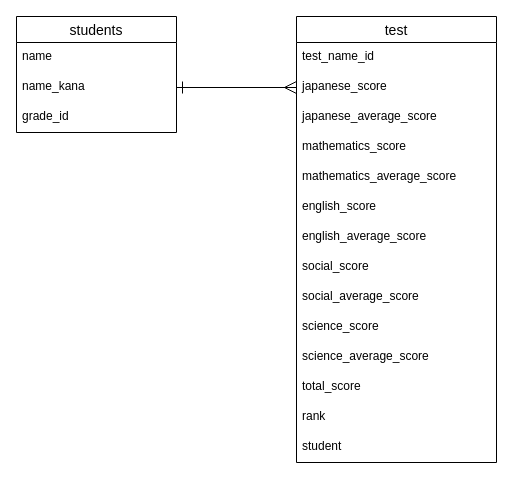
The draw.io diagram test.dio in Timsothy/regular-exam, before the edit. Source tidied: cells renumbered, new cells numbered last; positions are measured from the earlier drawing's top-left corner, leaving out a move shared by most shapes. Both pictures are drawn from the tidied source at 100%, with x=0, y=0 at pixel (16, 16).
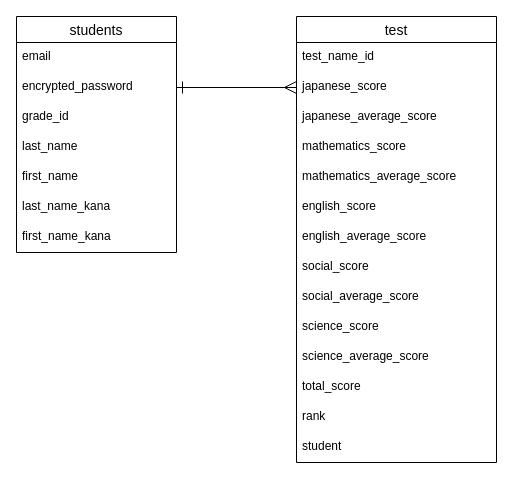
The same diagram, later.

The change refers to these unchanged cells:
```xml
<mxCell id="8" value="japanese_score" style="text;strokeColor=none;fillColor=none;spacingLeft=4;spacingRight=4;overflow=hidden;points=[[0,0.5],[1,0.5]];portConstraint=eastwest;fontSize=12;" parent="6" vertex="1">
  <mxGeometry y="56" width="200" height="30" as="geometry" />
</mxCell>
```

What changed in the source:
```diff
@@
     <mxCell id="2" value="students" style="swimlane;fontStyle=0;horizontal=1;startSize=26;align=center;fontSize=14;" parent="1" vertex="1">
-      <mxGeometry width="160" height="116" as="geometry" />
+      <mxGeometry width="160" height="236" as="geometry" />
     </mxCell>
+    <mxCell id="22" value="email" style="text;strokeColor=none;fillColor=none;spacingLeft=4;spacingRight=4;overflow=hidden;fontSize=12;" parent="2" vertex="1">
+      <mxGeometry y="26" width="160" height="30" as="geometry" />
+    </mxCell>
+    <mxCell id="23" value="encrypted_password" style="text;strokeColor=none;fillColor=none;spacingLeft=4;spacingRight=4;overflow=hidden;points=[[0,0.5],[1,0.5]];portConstraint=eastwest;fontSize=12;" parent="2" vertex="1">
+      <mxGeometry y="56" width="160" height="30" as="geometry" />
+    </mxCell>
+    <mxCell id="5" value="grade_id" style="text;strokeColor=none;fillColor=none;spacingLeft=4;spacingRight=4;overflow=hidden;fontSize=12;" parent="2" vertex="1">
+      <mxGeometry y="86" width="160" height="30" as="geometry" />
+    </mxCell>
+    <mxCell id="24" value="last_name" style="text;strokeColor=none;fillColor=none;spacingLeft=4;spacingRight=4;overflow=hidden;fontSize=12;" parent="2" vertex="1">
+      <mxGeometry y="116" width="160" height="30" as="geometry" />
+    </mxCell>
-    <mxCell id="3" value="name" style="text;strokeColor=none;fillColor=none;spacingLeft=4;spacingRight=4;overflow=hidden;fontSize=12;" parent="2" vertex="1">
-      <mxGeometry y="26" width="160" height="30" as="geometry" />
+    <mxCell id="3" value="first_name" style="text;strokeColor=none;fillColor=none;spacingLeft=4;spacingRight=4;overflow=hidden;fontSize=12;" parent="2" vertex="1">
+      <mxGeometry y="146" width="160" height="30" as="geometry" />
     </mxCell>
-    <mxCell id="4" value="name_kana" style="text;strokeColor=none;fillColor=none;spacingLeft=4;spacingRight=4;overflow=hidden;points=[[0,0.5],[1,0.5]];portConstraint=eastwest;fontSize=12;" parent="2" vertex="1">
-      <mxGeometry y="56" width="160" height="30" as="geometry" />
+    <mxCell id="4" value="last_name_kana" style="text;strokeColor=none;fillColor=none;spacingLeft=4;spacingRight=4;overflow=hidden;points=[[0,0.5],[1,0.5]];portConstraint=eastwest;fontSize=12;" parent="2" vertex="1">
+      <mxGeometry y="176" width="160" height="30" as="geometry" />
     </mxCell>
-    <mxCell id="5" value="grade_id" style="text;strokeColor=none;fillColor=none;spacingLeft=4;spacingRight=4;overflow=hidden;fontSize=12;" parent="2" vertex="1">
-      <mxGeometry y="86" width="160" height="30" as="geometry" />
-    </mxCell>
+    <mxCell id="25" value="first_name_kana" style="text;strokeColor=none;fillColor=none;spacingLeft=4;spacingRight=4;overflow=hidden;fontSize=12;" parent="2" vertex="1">
+      <mxGeometry y="206" width="160" height="30" as="geometry" />
+    </mxCell>
@@
-    <mxCell id="21" style="edgeStyle=none;html=1;endArrow=ERmany;endFill=0;startArrow=ERone;startFill=0;endSize=10;startSize=10;entryX=0;entryY=0.5;entryDx=0;entryDy=0;" parent="1" edge="1" source="4" target="8">
+    <mxCell id="21" style="edgeStyle=none;html=1;endArrow=ERmany;endFill=0;startArrow=ERone;startFill=0;endSize=10;startSize=10;entryX=0;entryY=0.5;entryDx=0;entryDy=0;exitX=1;exitY=0.5;exitDx=0;exitDy=0;" parent="1" edge="1" source="23" target="8">
       <mxGeometry relative="1" as="geometry" />
     </mxCell>
```
